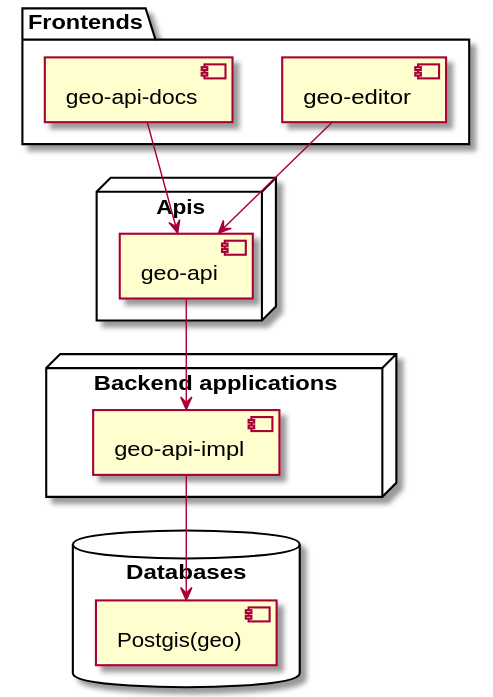
Above: diagrams/architecture.svg in Future-Position-X/fpx-monorepo (PlantUML), before the change. Its diagram source:
```plantuml
@startuml
package "Frontends" {
  [geo-editor]
  [geo-api-docs]
}

node "Apis" {
  [geo-api]
}

node "Backend applications" {
  [geo-api-impl] as geoApp
}


database "Databases" {
    [Postgis(geo)] as geoDb
}

[geo-editor] --> [geo-api]
[geo-api-docs] --> [geo-api]
[geo-api] --> geoApp
geoApp --> geoDb
@enduml
```
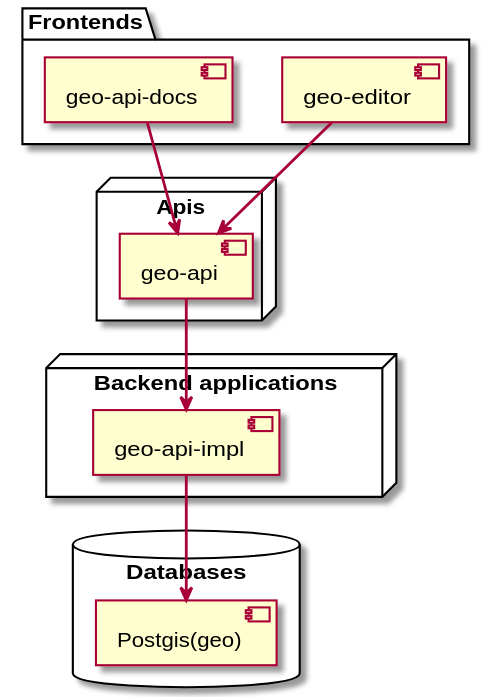
The same file after the commit.

The edit, as a diff of the source:
```diff
@@ -12,13 +12,12 @@
   [geo-api-impl] as geoApp
 }
 
-
 database "Databases" {
     [Postgis(geo)] as geoDb
 }
 
-[geo-editor] --> [geo-api]
-[geo-api-docs] --> [geo-api]
-[geo-api] --> geoApp
-geoApp --> geoDb
+[geo-editor] ==> [geo-api]
+[geo-api-docs] ==> [geo-api]
+[geo-api] ==> geoApp
+geoApp ==> geoDb
 @enduml
```
